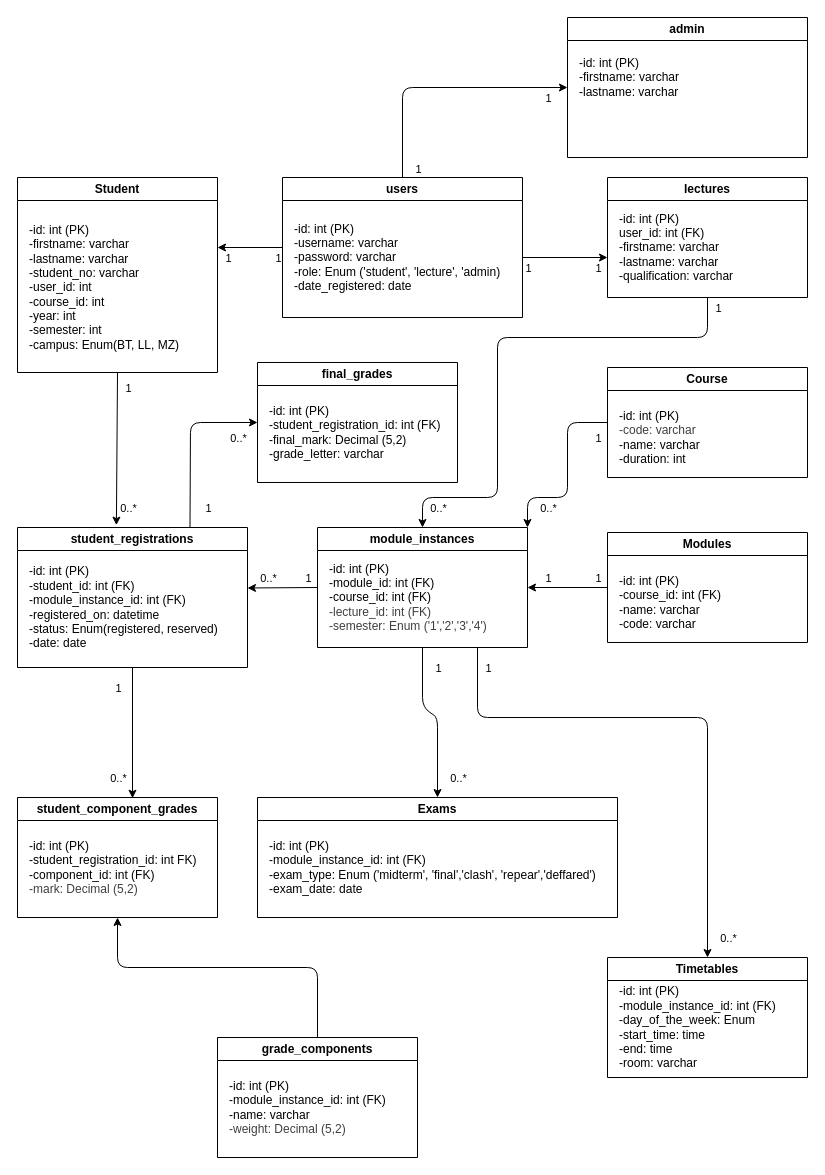
codebytiya/4th-year-project- keeps this draw.io diagram as diagrams/class diagram/schoolReg_class_diagram.drawio. Above is the earlier version. Source tidied: cells renumbered, new cells numbered last; positions are measured from the earlier drawing's top-left corner, leaving out a move shared by most shapes. Both pictures are drawn from the tidied source at 100%, with x=0, y=0 at pixel (17, 17).
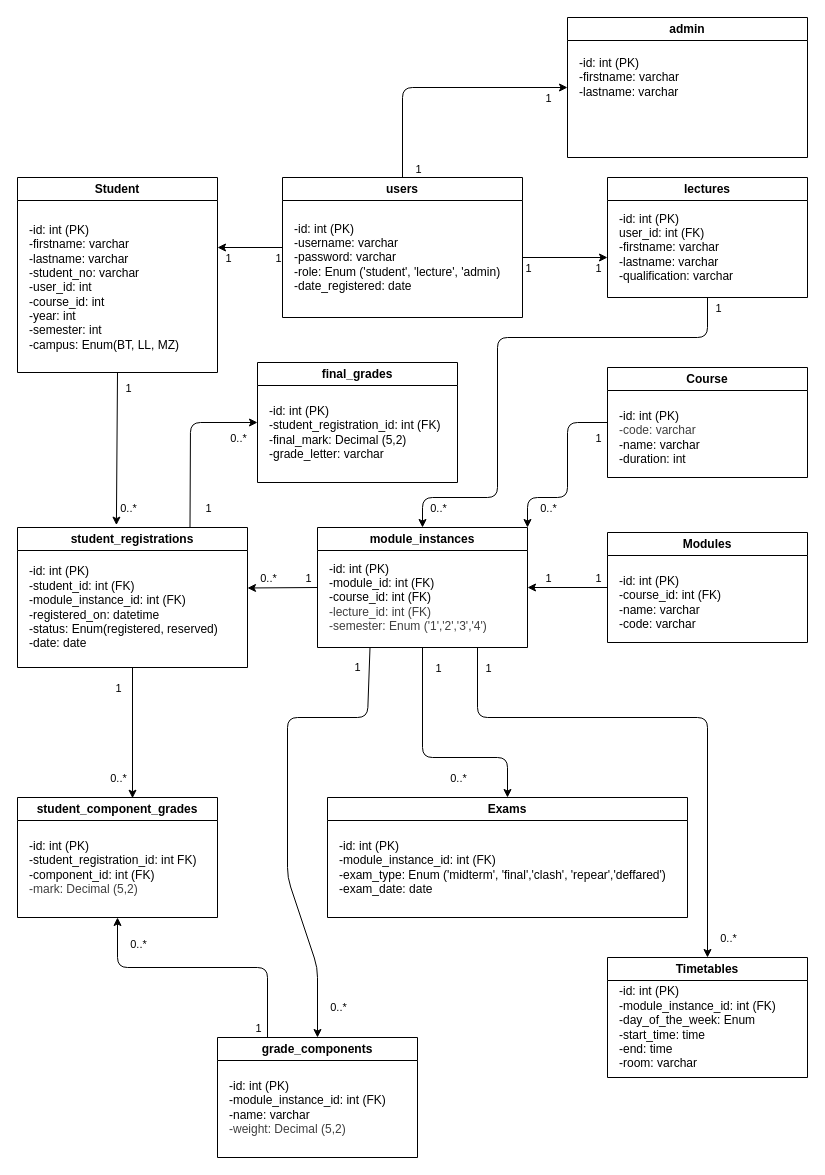
After the change.

Commit message (it also covers changes not shown here):
added an er diagram and multiplicity for two relationships in class diagram

The change refers to these unchanged cells:
```xml
<mxCell id="20" value="module_instances" style="swimlane;whiteSpace=wrap;html=1;" parent="1" vertex="1">
  <mxGeometry x="300" y="510" width="210" height="120" as="geometry" />
</mxCell>
<mxCell id="23" value="grade_components" style="swimlane;whiteSpace=wrap;html=1;" parent="1" vertex="1">
  <mxGeometry x="200" y="1020" width="200" height="120" as="geometry" />
</mxCell>
<mxCell id="25" value="student_component_grades" style="swimlane;whiteSpace=wrap;html=1;" parent="1" vertex="1">
  <mxGeometry y="780" width="200" height="120" as="geometry" />
</mxCell>
```

Change to the diagram source:
```diff
@@
     <mxCell id="12" value="Exams" style="swimlane;whiteSpace=wrap;html=1;startSize=23;" parent="1" vertex="1">
-      <mxGeometry x="240" y="780" width="360" height="120" as="geometry" />
+      <mxGeometry x="310" y="780" width="360" height="120" as="geometry" />
     </mxCell>
@@
     <mxCell id="18" style="edgeStyle=none;html=1;exitX=0.5;exitY=1;exitDx=0;exitDy=0;entryX=0.5;entryY=0;entryDx=0;entryDy=0;" parent="1" edge="1" source="20" target="12">
       <mxGeometry relative="1" as="geometry">
         <Array as="points">
-          <mxPoint x="405" y="690" />
-          <mxPoint x="420" y="700" />
+          <mxPoint x="405" y="740" />
+          <mxPoint x="490" y="740" />
         </Array>
       </mxGeometry>
     </mxCell>
@@
+    <mxCell id="65" style="edgeStyle=none;html=1;exitX=0.25;exitY=1;exitDx=0;exitDy=0;entryX=0.5;entryY=0;entryDx=0;entryDy=0;" parent="1" edge="1" source="20" target="23">
+      <mxGeometry relative="1" as="geometry">
+        <Array as="points">
+          <mxPoint x="350" y="700" />
+          <mxPoint x="270" y="700" />
+          <mxPoint x="270" y="860" />
+          <mxPoint x="300" y="950" />
+        </Array>
+      </mxGeometry>
+    </mxCell>
+    <mxCell id="66" value="1" style="edgeLabel;html=1;align=center;verticalAlign=middle;" parent="65" vertex="1">
+      <mxGeometry x="-0.92" relative="1" as="geometry">
+        <mxPoint x="-12" y="1" as="offset" />
+      </mxGeometry>
+    </mxCell>
+    <mxCell id="67" value="0..*" style="edgeLabel;html=1;align=center;verticalAlign=middle;" parent="65" vertex="1">
+      <mxGeometry x="0.87" relative="1" as="geometry">
+        <mxPoint x="20" as="offset" />
+      </mxGeometry>
+    </mxCell>
@@
-    <mxCell id="22" style="edgeStyle=none;html=1;exitX=0.5;exitY=0;exitDx=0;exitDy=0;entryX=0.5;entryY=1;entryDx=0;entryDy=0;" parent="1" edge="1" source="23" target="25">
+    <mxCell id="22" style="edgeStyle=none;html=1;exitX=0.25;exitY=0;exitDx=0;exitDy=0;entryX=0.5;entryY=1;entryDx=0;entryDy=0;" parent="1" edge="1" source="23" target="25">
       <mxGeometry relative="1" as="geometry">
         <Array as="points">
-          <mxPoint x="300" y="950" />
+          <mxPoint x="250" y="950" />
           <mxPoint x="100" y="950" />
         </Array>
       </mxGeometry>
     </mxCell>
+    <mxCell id="68" value="1" style="edgeLabel;html=1;align=center;verticalAlign=middle;" parent="22" vertex="1">
+      <mxGeometry x="-0.89" relative="1" as="geometry">
+        <mxPoint x="-10" y="5" as="offset" />
+      </mxGeometry>
+    </mxCell>
+    <mxCell id="69" value="0..*" style="edgeLabel;html=1;align=center;verticalAlign=middle;" parent="22" vertex="1">
+      <mxGeometry x="0.81" y="-1" relative="1" as="geometry">
+        <mxPoint x="19" as="offset" />
+      </mxGeometry>
+    </mxCell>
```
